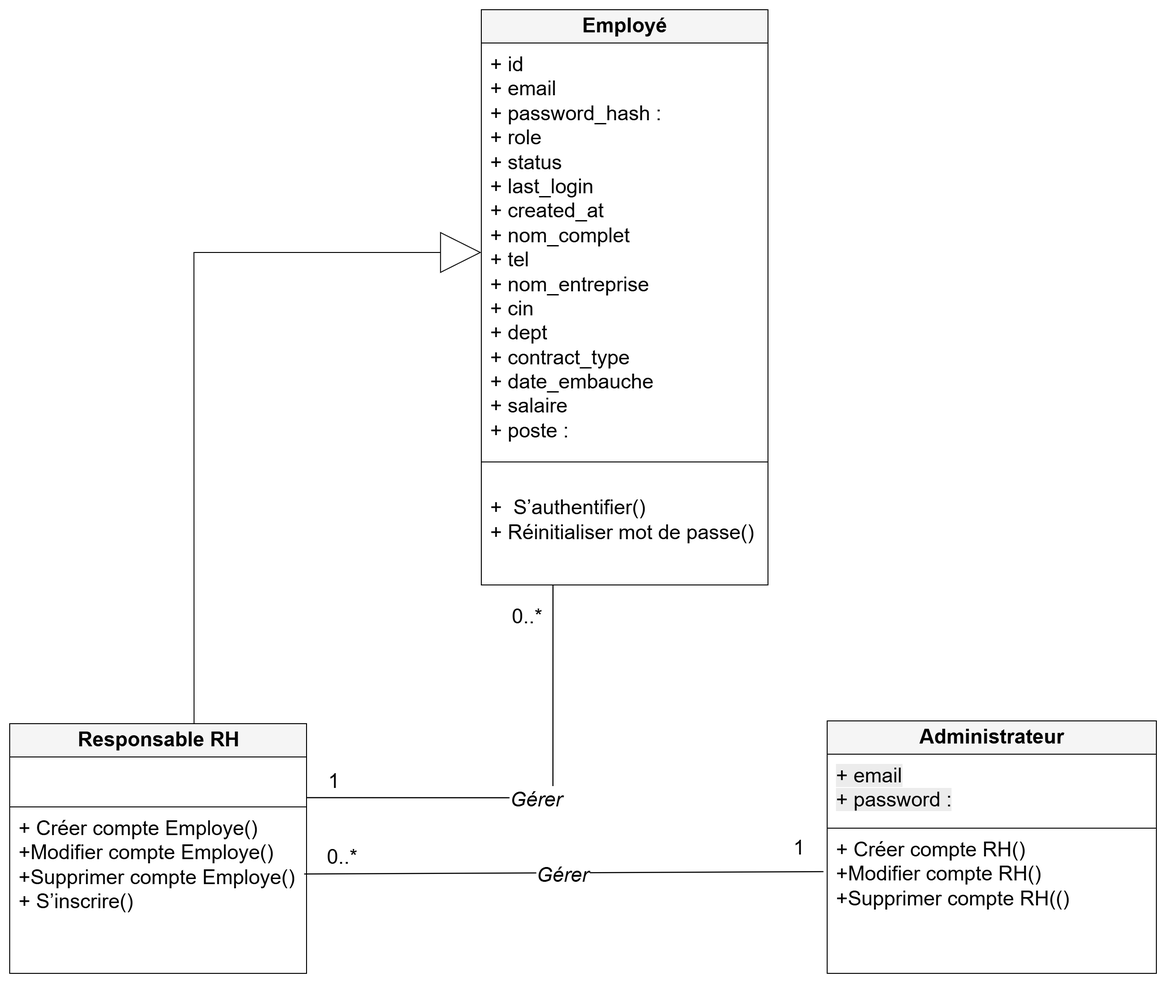
Earlier version of the draw.io export projet/images/classe finale/diagramme_de_classe_s1.png (louu7895/pfe). Source tidied: cells renumbered, new cells last; positions are measured from the earlier drawing's top-left corner, leaving out a move shared by most shapes.
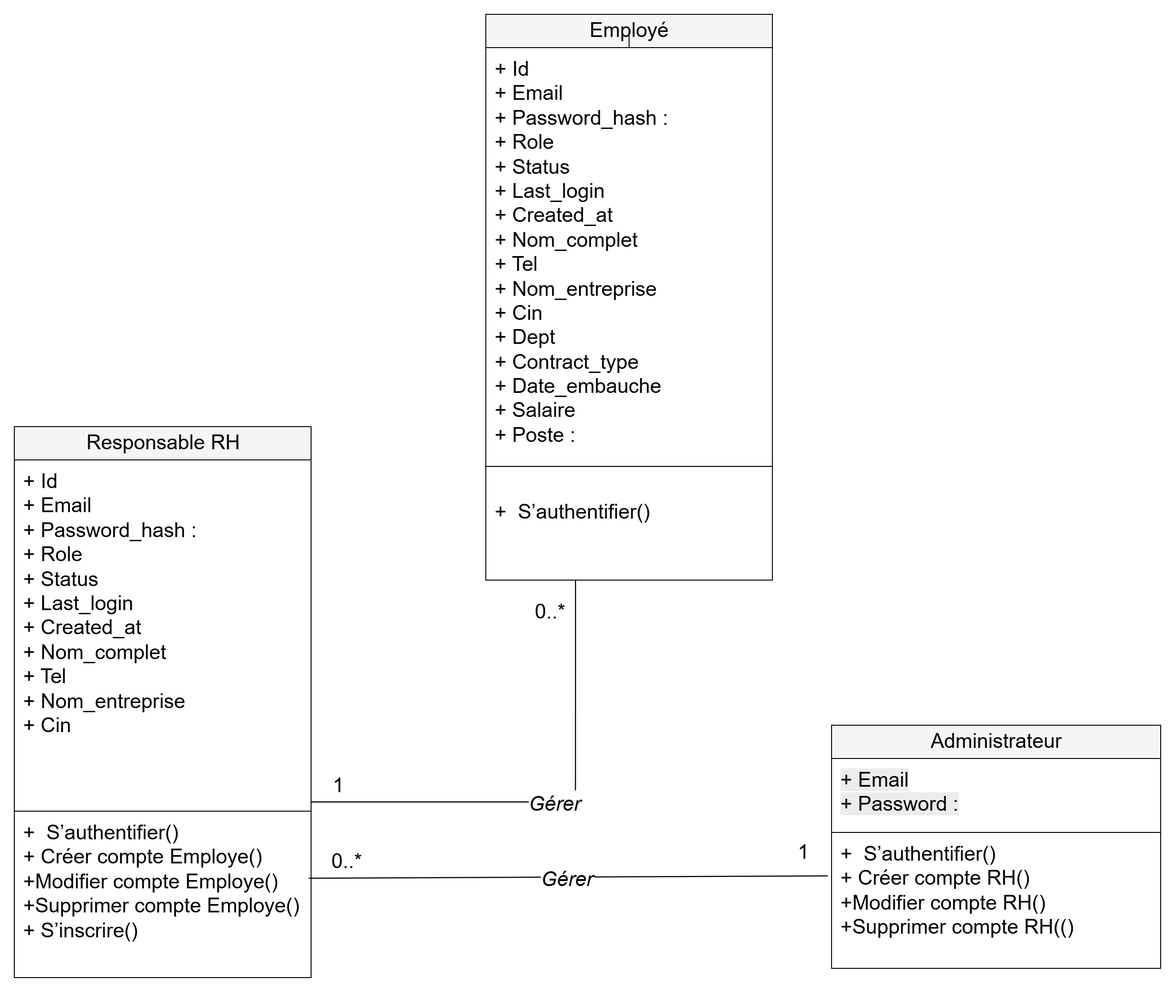
The same diagram one commit later.

What changed in the source:
```diff
@@ -2,30 +2,27 @@
   <root>
     <mxCell id="0" />
     <mxCell id="1" parent="0" />
-    <mxCell id="2" value="&lt;b&gt;Responsable&amp;nbsp;&lt;/b&gt;&lt;b&gt;RH&lt;/b&gt;" style="text;html=1;strokeColor=#000000;fillColor=#F5F5F5;align=center;verticalAlign=middle;fontSize=22;fontFamily=Helvetica;spacingTop=4;spacingBottom=4;" parent="1" vertex="1">
-      <mxGeometry y="772" width="321" height="36" as="geometry" />
+    <mxCell id="2" value="&lt;span&gt;Responsable&amp;nbsp;&lt;/span&gt;&lt;span&gt;RH&lt;/span&gt;" style="text;html=1;strokeColor=#000000;fillColor=#F5F5F5;align=center;verticalAlign=middle;fontSize=22;fontFamily=Helvetica;spacingTop=4;spacingBottom=4;fontStyle=0;" parent="1" vertex="1">
+      <mxGeometry y="446" width="321" height="36" as="geometry" />
     </mxCell>
-    <mxCell id="3" style="text;html=1;strokeColor=#000000;fillColor=#FFFFFF;align=left;verticalAlign=top;fontSize=22;fontFamily=Helvetica;spacingLeft=8;spacingTop=4;spacingBottom=4;" parent="1" vertex="1">
-      <mxGeometry y="808" width="321" height="54" as="geometry" />
+    <mxCell id="3" value="&lt;div&gt;+ Id&amp;nbsp;&lt;br&gt;+ Email&lt;br&gt;+ Password_hash :&amp;nbsp;&lt;br&gt;+ Role&amp;nbsp;&lt;br&gt;+ Status&amp;nbsp;&lt;br&gt;+ Last_login&amp;nbsp;&lt;br&gt;+ Created_at&amp;nbsp;&lt;div&gt;+ Nom_complet&amp;nbsp;&amp;nbsp;&lt;br&gt;+ Tel&amp;nbsp;&lt;/div&gt;&lt;div&gt;+ Nom_entreprise&amp;nbsp;&lt;/div&gt;&lt;/div&gt;+ Cin&amp;nbsp;" style="text;html=1;strokeColor=#000000;fillColor=#FFFFFF;align=left;verticalAlign=top;fontSize=22;fontFamily=Helvetica;spacingLeft=8;spacingTop=4;spacingBottom=4;fontStyle=0;" parent="1" vertex="1">
+      <mxGeometry y="482" width="321" height="380" as="geometry" />
     </mxCell>
-    <mxCell id="4" value="+ Créer compte Employe()&lt;br&gt;+Modifier compte Employe()&lt;br&gt;+Supprimer compte Employe(&lt;span style=&quot;background-color: transparent; color: light-dark(rgb(0, 0, 0), rgb(255, 255, 255));&quot;&gt;)&lt;/span&gt;&lt;div&gt;&lt;span style=&quot;background-color: transparent; color: light-dark(rgb(0, 0, 0), rgb(255, 255, 255));&quot;&gt;+&amp;nbsp;&lt;/span&gt;&lt;span style=&quot;background-color: transparent; color: light-dark(rgb(0, 0, 0), rgb(255, 255, 255));&quot;&gt;S’inscrire()&lt;/span&gt;&lt;/div&gt;&lt;div&gt;&lt;span style=&quot;background-color: transparent; color: light-dark(rgb(0, 0, 0), rgb(255, 255, 255));&quot;&gt;&lt;br&gt;&lt;/span&gt;&lt;/div&gt;" style="text;html=1;strokeColor=#000000;fillColor=#FFFFFF;align=left;verticalAlign=top;fontSize=22;fontFamily=Helvetica;spacingLeft=8;spacingTop=4;spacingBottom=4;" parent="1" vertex="1">
+    <mxCell id="4" value="&lt;div&gt;+&amp;nbsp; S’authentifier()&lt;/div&gt;+ Créer compte Employe()&lt;br&gt;+Modifier compte Employe()&lt;br&gt;+Supprimer compte Employe(&lt;span style=&quot;background-color: transparent; color: light-dark(rgb(0, 0, 0), rgb(255, 255, 255));&quot;&gt;)&lt;/span&gt;&lt;div&gt;&lt;span style=&quot;background-color: transparent; color: light-dark(rgb(0, 0, 0), rgb(255, 255, 255));&quot;&gt;+&amp;nbsp;&lt;/span&gt;&lt;span style=&quot;background-color: transparent; color: light-dark(rgb(0, 0, 0), rgb(255, 255, 255));&quot;&gt;S’inscrire()&lt;/span&gt;&lt;/div&gt;&lt;div&gt;&lt;span style=&quot;background-color: transparent; color: light-dark(rgb(0, 0, 0), rgb(255, 255, 255));&quot;&gt;&lt;br&gt;&lt;/span&gt;&lt;/div&gt;" style="text;html=1;strokeColor=#000000;fillColor=#FFFFFF;align=left;verticalAlign=top;fontSize=22;fontFamily=Helvetica;spacingLeft=8;spacingTop=4;spacingBottom=4;fontStyle=0;" parent="1" vertex="1">
       <mxGeometry y="862" width="321" height="180" as="geometry" />
     </mxCell>
-    <mxCell id="5" value="&lt;b&gt;Administrateur&lt;/b&gt;" style="text;html=1;strokeColor=#000000;fillColor=#F5F5F5;align=center;verticalAlign=middle;fontSize=22;fontFamily=Helvetica;spacingTop=4;spacingBottom=4;" parent="1" vertex="1">
+    <mxCell id="5" value="&lt;span&gt;Administrateur&lt;/span&gt;" style="text;html=1;strokeColor=#000000;fillColor=#F5F5F5;align=center;verticalAlign=middle;fontSize=22;fontFamily=Helvetica;spacingTop=4;spacingBottom=4;fontStyle=0;" parent="1" vertex="1">
       <mxGeometry x="884" y="769" width="356" height="36" as="geometry" />
     </mxCell>
-    <mxCell id="6" value="&lt;span style=&quot;color: rgb(0, 0, 0); font-family: Helvetica; font-style: normal; font-variant-ligatures: normal; font-variant-caps: normal; font-weight: 400; letter-spacing: normal; orphans: 2; text-align: left; text-indent: 0px; text-transform: none; widows: 2; word-spacing: 0px; -webkit-text-stroke-width: 0px; white-space: nowrap; background-color: rgb(236, 236, 236); text-decoration-thickness: initial; text-decoration-style: initial; text-decoration-color: initial; float: none; display: inline !important;&quot;&gt;+ email&lt;/span&gt;&lt;br style=&quot;forced-color-adjust: none; color: rgb(0, 0, 0); font-family: Helvetica; font-style: normal; font-variant-ligatures: normal; font-variant-caps: normal; font-weight: 400; letter-spacing: normal; orphans: 2; text-align: left; text-indent: 0px; text-transform: none; widows: 2; word-spacing: 0px; -webkit-text-stroke-width: 0px; white-space: nowrap; background-color: rgb(236, 236, 236); text-decoration-thickness: initial; text-decoration-style: initial; text-decoration-color: initial;&quot;&gt;&lt;span style=&quot;color: rgb(0, 0, 0); font-family: Helvetica; font-style: normal; font-variant-ligatures: normal; font-variant-caps: normal; font-weight: 400; letter-spacing: normal; orphans: 2; text-align: left; text-indent: 0px; text-transform: none; widows: 2; word-spacing: 0px; -webkit-text-stroke-width: 0px; white-space: nowrap; background-color: rgb(236, 236, 236); text-decoration-thickness: initial; text-decoration-style: initial; text-decoration-color: initial; float: none; display: inline !important;&quot;&gt;+ password :&lt;/span&gt;" style="text;html=1;strokeColor=#000000;fillColor=#FFFFFF;align=left;verticalAlign=top;fontSize=22;fontFamily=Helvetica;spacingLeft=8;spacingTop=4;spacingBottom=4;" parent="1" vertex="1">
+    <mxCell id="6" value="&lt;span style=&quot;color: rgb(0, 0, 0); font-family: Helvetica; font-style: normal; font-variant-ligatures: normal; font-variant-caps: normal; letter-spacing: normal; orphans: 2; text-align: left; text-indent: 0px; text-transform: none; widows: 2; word-spacing: 0px; -webkit-text-stroke-width: 0px; white-space: nowrap; background-color: rgb(236, 236, 236); text-decoration-thickness: initial; text-decoration-style: initial; text-decoration-color: initial; float: none; display: inline !important;&quot;&gt;+ Email&lt;/span&gt;&lt;br style=&quot;forced-color-adjust: none; color: rgb(0, 0, 0); font-family: Helvetica; font-style: normal; font-variant-ligatures: normal; font-variant-caps: normal; letter-spacing: normal; orphans: 2; text-align: left; text-indent: 0px; text-transform: none; widows: 2; word-spacing: 0px; -webkit-text-stroke-width: 0px; white-space: nowrap; background-color: rgb(236, 236, 236); text-decoration-thickness: initial; text-decoration-style: initial; text-decoration-color: initial;&quot;&gt;&lt;span style=&quot;color: rgb(0, 0, 0); font-family: Helvetica; font-style: normal; font-variant-ligatures: normal; font-variant-caps: normal; letter-spacing: normal; orphans: 2; text-align: left; text-indent: 0px; text-transform: none; widows: 2; word-spacing: 0px; -webkit-text-stroke-width: 0px; white-space: nowrap; background-color: rgb(236, 236, 236); text-decoration-thickness: initial; text-decoration-style: initial; text-decoration-color: initial; float: none; display: inline !important;&quot;&gt;+ Password :&lt;/span&gt;" style="text;html=1;strokeColor=#000000;fillColor=#FFFFFF;align=left;verticalAlign=top;fontSize=22;fontFamily=Helvetica;spacingLeft=8;spacingTop=4;spacingBottom=4;fontStyle=0;" parent="1" vertex="1">
       <mxGeometry x="884" y="805" width="356" height="80" as="geometry" />
     </mxCell>
-    <mxCell id="7" value="+ Créer compte RH()&lt;br&gt;+Modifier compte RH()&lt;br&gt;+Supprimer compte RH(()&lt;div&gt;&lt;br&gt;&lt;div&gt;&lt;br&gt;&lt;/div&gt;&lt;/div&gt;" style="text;html=1;strokeColor=#000000;fillColor=#FFFFFF;align=left;verticalAlign=top;fontSize=22;fontFamily=Helvetica;spacingLeft=8;spacingTop=4;spacingBottom=4;" parent="1" vertex="1">
-      <mxGeometry x="884" y="885" width="356" height="157" as="geometry" />
+    <mxCell id="7" value="&lt;div&gt;&lt;span style=&quot;background-color: transparent; color: light-dark(rgb(0, 0, 0), rgb(255, 255, 255));&quot;&gt;+&amp;nbsp; S’authentifier()&lt;/span&gt;&lt;/div&gt;&lt;div&gt;+ Créer compte RH()&lt;br&gt;+Modifier compte RH()&lt;br&gt;+Supprimer compte RH(()&lt;div&gt;&lt;br&gt;&lt;div&gt;&lt;br&gt;&lt;/div&gt;&lt;/div&gt;&lt;/div&gt;" style="text;html=1;strokeColor=#000000;fillColor=#FFFFFF;align=left;verticalAlign=top;fontSize=22;fontFamily=Helvetica;spacingLeft=8;spacingTop=4;spacingBottom=4;fontStyle=0;" parent="1" vertex="1">
+      <mxGeometry x="884" y="885" width="356" height="147" as="geometry" />
     </mxCell>
-    <mxCell id="8" value="Gérer" style="endArrow=none;endFill=0;strokeColor=#000000;strokeWidth=1.2;align=center;fontSize=22;fontFamily=Helvetica;fontStyle=2;edgeStyle=orthogonalEdgeStyle;rounded=0;curved=0;exitX=1;exitY=0.25;exitDx=0;exitDy=0;entryX=0.25;entryY=1;entryDx=0;entryDy=0;" parent="1" edge="1" target="14">
+    <mxCell id="8" value="Gérer" style="endArrow=none;endFill=0;strokeColor=#000000;strokeWidth=1.2;align=center;fontSize=22;fontFamily=Helvetica;fontStyle=2;edgeStyle=orthogonalEdgeStyle;rounded=0;curved=0;exitX=1;exitY=0.25;exitDx=0;exitDy=0;entryX=0.313;entryY=0.998;entryDx=0;entryDy=0;entryPerimeter=0;" parent="1" edge="1" target="14">
       <mxGeometry relative="1" as="geometry">
         <mxPoint x="321" y="852" as="sourcePoint" />
-        <Array as="points">
-          <mxPoint x="587" y="852" />
-        </Array>
       </mxGeometry>
     </mxCell>
     <mxCell id="9" value="Gérer" style="endArrow=none;endFill=0;strokeColor=#000000;strokeWidth=1.2;align=center;fontSize=22;fontFamily=Helvetica;fontStyle=2;rounded=0;exitX=0.992;exitY=0.403;exitDx=0;exitDy=0;exitPerimeter=0;" parent="1" edge="1" source="4">
@@ -33,29 +30,29 @@
         <mxPoint x="880" y="932" as="targetPoint" />
       </mxGeometry>
     </mxCell>
-    <mxCell id="10" value="0..*" style="text;html=1;whiteSpace=wrap;strokeColor=none;fillColor=none;align=center;verticalAlign=middle;rounded=0;fontSize=22;" parent="1" vertex="1">
-      <mxGeometry x="530" y="642" width="60" height="30" as="geometry" />
+    <mxCell id="10" value="0..*" style="text;html=1;whiteSpace=wrap;strokeColor=none;fillColor=none;align=center;verticalAlign=middle;rounded=0;fontSize=22;fontStyle=0;" parent="1" vertex="1">
+      <mxGeometry x="550" y="632" width="60" height="30" as="geometry" />
     </mxCell>
-    <mxCell id="11" value="1" style="text;html=1;whiteSpace=wrap;strokeColor=none;fillColor=none;align=center;verticalAlign=middle;rounded=0;fontSize=22;" parent="1" vertex="1">
+    <mxCell id="11" value="1" style="text;html=1;whiteSpace=wrap;strokeColor=none;fillColor=none;align=center;verticalAlign=middle;rounded=0;fontSize=22;fontStyle=0;" parent="1" vertex="1">
       <mxGeometry x="321" y="820" width="60" height="30" as="geometry" />
     </mxCell>
-    <mxCell id="12" value="&lt;b&gt;Employé&lt;/b&gt;" style="text;html=1;strokeColor=#000000;fillColor=#F5F5F5;align=center;verticalAlign=middle;fontSize=22;fontFamily=Helvetica;spacingTop=4;spacingBottom=4;" parent="1" vertex="1">
+    <mxCell id="12" value="&lt;span&gt;Employé&lt;/span&gt;" style="text;html=1;strokeColor=#000000;fillColor=#F5F5F5;align=center;verticalAlign=middle;fontSize=22;fontFamily=Helvetica;spacingTop=4;spacingBottom=4;fontStyle=0;" parent="1" vertex="1">
       <mxGeometry x="510" width="310" height="36" as="geometry" />
     </mxCell>
+    <mxCell id="18" style="edgeStyle=orthogonalEdgeStyle;rounded=0;jettySize=auto;html=1;entryX=0.5;entryY=1;entryDx=0;entryDy=0;" parent="1" edge="1" source="13" target="12">
+      <mxGeometry relative="1" as="geometry" />
+    </mxCell>
-    <mxCell id="13" value="&lt;div&gt;+ id&amp;nbsp;&lt;br&gt;+ email&lt;br&gt;+ password_hash :&amp;nbsp;&lt;br&gt;+ role&amp;nbsp;&lt;br&gt;+ status&amp;nbsp;&lt;br&gt;+ last_login&amp;nbsp;&lt;br&gt;+ created_at&amp;nbsp;&lt;div&gt;+ nom_complet&amp;nbsp;&amp;nbsp;&lt;br&gt;+ tel&amp;nbsp;&lt;/div&gt;&lt;div&gt;+ nom_entreprise&amp;nbsp;&lt;/div&gt;&lt;/div&gt;+ cin&amp;nbsp;&lt;br&gt;+ dept&amp;nbsp;&lt;br&gt;+ contract_type&amp;nbsp;&lt;br&gt;+ date_embauche&amp;nbsp;&lt;br&gt;+ salaire&amp;nbsp;&lt;br&gt;+ poste :&amp;nbsp;" style="text;html=1;strokeColor=#000000;fillColor=#FFFFFF;align=left;verticalAlign=top;fontSize=22;fontFamily=Helvetica;spacingLeft=8;spacingTop=4;spacingBottom=4;" parent="1" vertex="1">
+    <mxCell id="13" value="&lt;div&gt;+ Id&amp;nbsp;&lt;br&gt;+ Email&lt;br&gt;+ Password_hash :&amp;nbsp;&lt;br&gt;+ Role&amp;nbsp;&lt;br&gt;+ Status&amp;nbsp;&lt;br&gt;+ Last_login&amp;nbsp;&lt;br&gt;+ Created_at&amp;nbsp;&lt;div&gt;+ Nom_complet&amp;nbsp;&amp;nbsp;&lt;br&gt;+ Tel&amp;nbsp;&lt;/div&gt;&lt;div&gt;+ Nom_entreprise&amp;nbsp;&lt;/div&gt;&lt;/div&gt;+ Cin&amp;nbsp;&lt;br&gt;+ Dept&amp;nbsp;&lt;br&gt;+ Contract_type&amp;nbsp;&lt;br&gt;+ Date_embauche&amp;nbsp;&lt;br&gt;+ Salaire&amp;nbsp;&lt;br&gt;+ Poste :&amp;nbsp;" style="text;html=1;strokeColor=#000000;fillColor=#FFFFFF;align=left;verticalAlign=top;fontSize=22;fontFamily=Helvetica;spacingLeft=8;spacingTop=4;spacingBottom=4;fontStyle=0;" parent="1" vertex="1">
       <mxGeometry x="510" y="36" width="310" height="453" as="geometry" />
     </mxCell>
-    <mxCell id="14" value="&lt;br&gt;&lt;div&gt;+&amp;nbsp; S’authentifier()&lt;br&gt;+ Réinitialiser mot de passe()&lt;/div&gt;" style="text;html=1;strokeColor=#000000;fillColor=#FFFFFF;align=left;verticalAlign=top;fontSize=22;fontFamily=Helvetica;spacingLeft=8;spacingTop=4;spacingBottom=4;" parent="1" vertex="1">
-      <mxGeometry x="510" y="489" width="310" height="133" as="geometry" />
+    <mxCell id="14" value="&lt;br&gt;&lt;div&gt;+&amp;nbsp; S’authentifier()&lt;br&gt;&lt;br&gt;&lt;/div&gt;" style="text;html=1;strokeColor=#000000;fillColor=#FFFFFF;align=left;verticalAlign=top;fontSize=22;fontFamily=Helvetica;spacingLeft=8;spacingTop=4;spacingBottom=4;fontStyle=0;" parent="1" vertex="1">
+      <mxGeometry x="510" y="489" width="310" height="123" as="geometry" />
     </mxCell>
-    <mxCell id="15" value="&lt;font&gt;0..*&lt;/font&gt;" style="text;html=1;whiteSpace=wrap;strokeColor=none;fillColor=none;align=center;verticalAlign=middle;rounded=0;fontSize=22;" parent="1" vertex="1">
+    <mxCell id="15" value="&lt;font&gt;0..*&lt;/font&gt;" style="text;html=1;whiteSpace=wrap;strokeColor=none;fillColor=none;align=center;verticalAlign=middle;rounded=0;fontSize=22;fontStyle=0;" parent="1" vertex="1">
       <mxGeometry x="330" y="902" width="60" height="30" as="geometry" />
     </mxCell>
-    <mxCell id="16" value="&lt;font&gt;1&lt;/font&gt;" style="text;html=1;whiteSpace=wrap;strokeColor=none;fillColor=none;align=center;verticalAlign=middle;rounded=0;fontSize=22;" parent="1" vertex="1">
+    <mxCell id="16" value="&lt;font&gt;1&lt;/font&gt;" style="text;html=1;whiteSpace=wrap;strokeColor=none;fillColor=none;align=center;verticalAlign=middle;rounded=0;fontSize=22;fontStyle=0;" parent="1" vertex="1">
       <mxGeometry x="824" y="892" width="60" height="30" as="geometry" />
     </mxCell>
-    <mxCell id="17" style="endArrow=block;endFill=0;endSize=42;html=1;rounded=0;exitX=0.621;exitY=0;exitDx=0;exitDy=0;startSize=999;edgeStyle=orthogonalEdgeStyle;exitPerimeter=0;entryX=0;entryY=0.5;entryDx=0;entryDy=0;fontSize=22;" parent="1" edge="1" source="2" target="13">
-      <mxGeometry relative="1" as="geometry" />
-    </mxCell>
   </root>
 </mxGraphModel>
```
